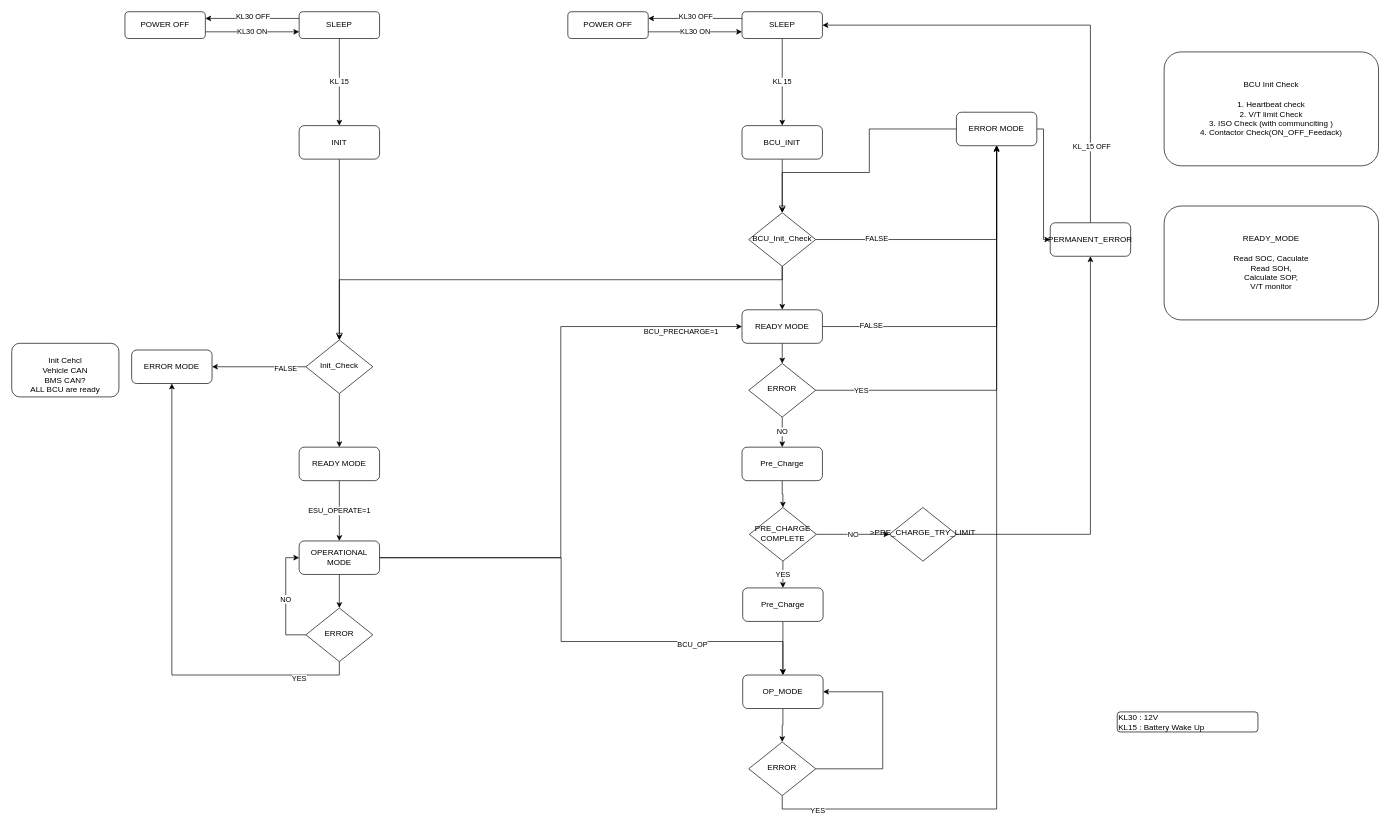
Above: page "Page-1" (1 of 3) of DRAWINGS/HV_BMS_Flow.drawio in yusufselimkaratas/Draw_Io (draw.io), before the change. Source tidied: cells renumbered, new cells numbered last; positions are measured from the earlier drawing's top-left corner, leaving out a move shared by most shapes. Both pictures are drawn from the tidied source at 67%, with x=0, y=0 at pixel (11, 11).
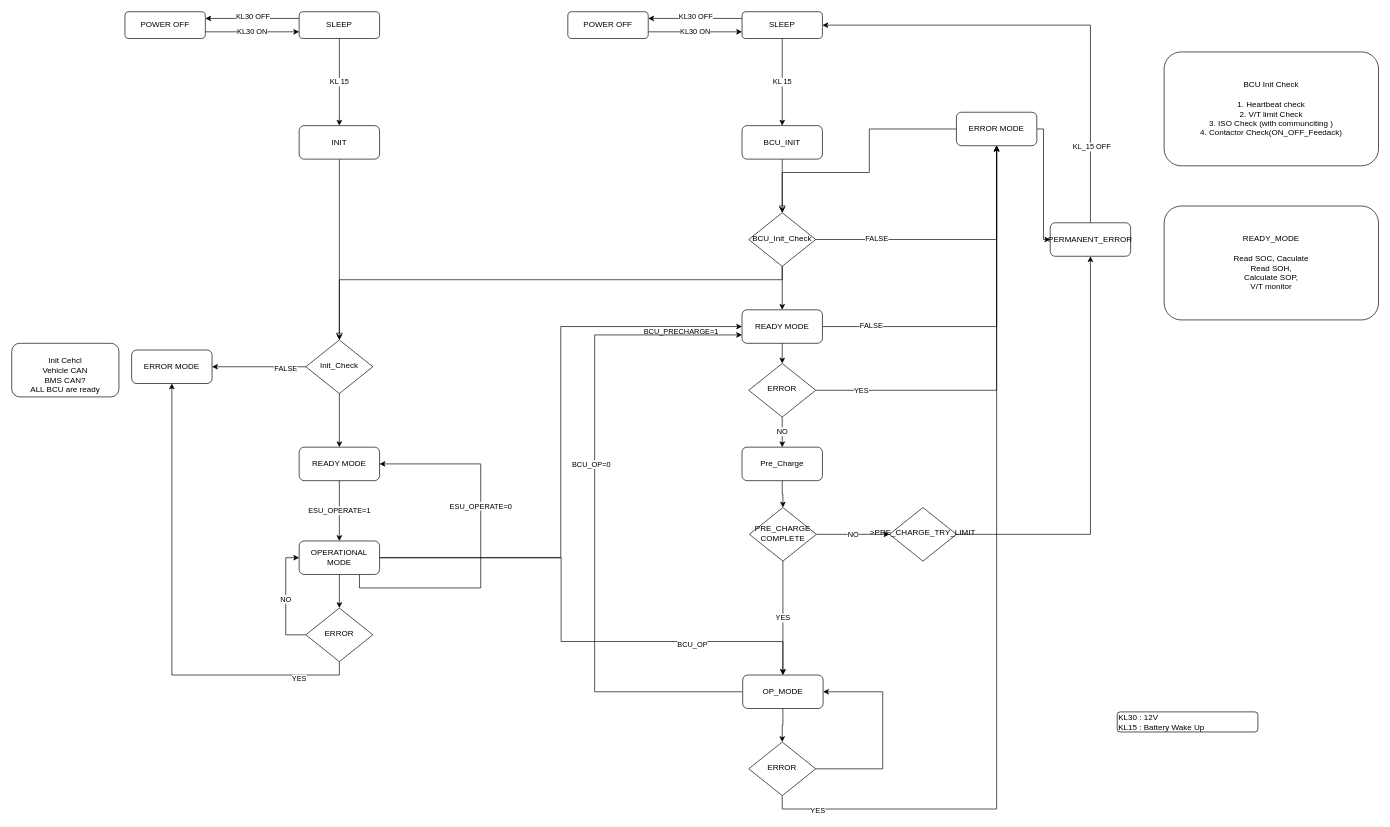
After the change.

Unchanged cells that the change refers to:
```xml
<mxCell id="17" value="READY MODE" style="rounded=1;whiteSpace=wrap;html=1;fontSize=12;glass=0;strokeWidth=1;shadow=0;" parent="1" vertex="1">
  <mxGeometry x="429" y="649.9" width="120" height="50" as="geometry" />
</mxCell>
<mxCell id="38" value="READY MODE" style="rounded=1;whiteSpace=wrap;html=1;fontSize=12;glass=0;strokeWidth=1;shadow=0;" parent="1" vertex="1">
  <mxGeometry x="1090" y="444.9" width="120" height="50" as="geometry" />
</mxCell>
<mxCell id="48" value="OPERATIONAL MODE" style="rounded=1;whiteSpace=wrap;html=1;fontSize=12;glass=0;strokeWidth=1;shadow=0;" parent="1" vertex="1">
  <mxGeometry x="429" y="789.9" width="120" height="50" as="geometry" />
</mxCell>
<mxCell id="51" value="PRE_CHARGE&lt;br&gt;COMPLETE" style="rhombus;whiteSpace=wrap;html=1;shadow=0;fontFamily=Helvetica;fontSize=12;align=center;strokeWidth=1;spacing=6;spacingTop=-4;" parent="1" vertex="1">
  <mxGeometry x="1101" y="740" width="100" height="80" as="geometry" />
</mxCell>
<mxCell id="64" value="OP_MODE" style="rounded=1;whiteSpace=wrap;html=1;fontSize=12;glass=0;strokeWidth=1;shadow=0;" parent="1" vertex="1">
  <mxGeometry x="1091" y="990" width="120" height="50" as="geometry" />
</mxCell>
```

Diff of the diagram source:
```diff
@@
+    <mxCell id="73" value="ESU_OPERATE=0" style="edgeStyle=orthogonalEdgeStyle;rounded=0;jettySize=auto;html=1;exitX=0.75;exitY=1;exitDx=0;exitDy=0;entryX=1;entryY=0.5;entryDx=0;entryDy=0;" parent="1" edge="1" source="48" target="17">
+      <mxGeometry x="0.2" relative="1" as="geometry">
+        <Array as="points">
+          <mxPoint x="519" y="860" />
+          <mxPoint x="700" y="860" />
+          <mxPoint x="700" y="675" />
+        </Array>
+        <mxPoint y="-1" as="offset" />
+      </mxGeometry>
+    </mxCell>
@@
-    <mxCell id="50" value="YES" style="edgeStyle=orthogonalEdgeStyle;rounded=0;jettySize=auto;html=1;exitX=0.5;exitY=1;exitDx=0;exitDy=0;entryX=0.5;entryY=0;entryDx=0;entryDy=0;" parent="1" edge="1" source="51" target="62">
+    <mxCell id="50" value="YES" style="edgeStyle=orthogonalEdgeStyle;rounded=0;jettySize=auto;html=1;exitX=0.5;exitY=1;exitDx=0;exitDy=0;entryX=0.5;entryY=0;entryDx=0;entryDy=0;" parent="1" edge="1" source="51" target="64">
       <mxGeometry relative="1" as="geometry" />
     </mxCell>
@@
-    <mxCell id="61" style="edgeStyle=orthogonalEdgeStyle;rounded=0;jettySize=auto;html=1;exitX=0.5;exitY=1;exitDx=0;exitDy=0;" parent="1" edge="1" source="62" target="64">
-      <mxGeometry relative="1" as="geometry" />
-    </mxCell>
-    <mxCell id="62" value="Pre_Charge" style="rounded=1;whiteSpace=wrap;html=1;fontSize=12;glass=0;strokeWidth=1;shadow=0;" parent="1" vertex="1">
-      <mxGeometry x="1091" y="860" width="120" height="50" as="geometry" />
-    </mxCell>
@@
+    <mxCell id="74" style="edgeStyle=orthogonalEdgeStyle;rounded=0;jettySize=auto;html=1;exitX=0;exitY=0.5;exitDx=0;exitDy=0;entryX=0;entryY=0.75;entryDx=0;entryDy=0;" parent="1" edge="1" source="64" target="38">
+      <mxGeometry relative="1" as="geometry">
+        <Array as="points">
+          <mxPoint x="870" y="1015" />
+          <mxPoint x="870" y="483" />
+        </Array>
+      </mxGeometry>
+    </mxCell>
+    <mxCell id="75" value="BCU_OP=0" style="edgeLabel;html=1;align=center;verticalAlign=middle;" parent="74" vertex="1">
+      <mxGeometry x="0.15" y="6" relative="1" as="geometry">
+        <mxPoint y="-1" as="offset" />
+      </mxGeometry>
+    </mxCell>
```
